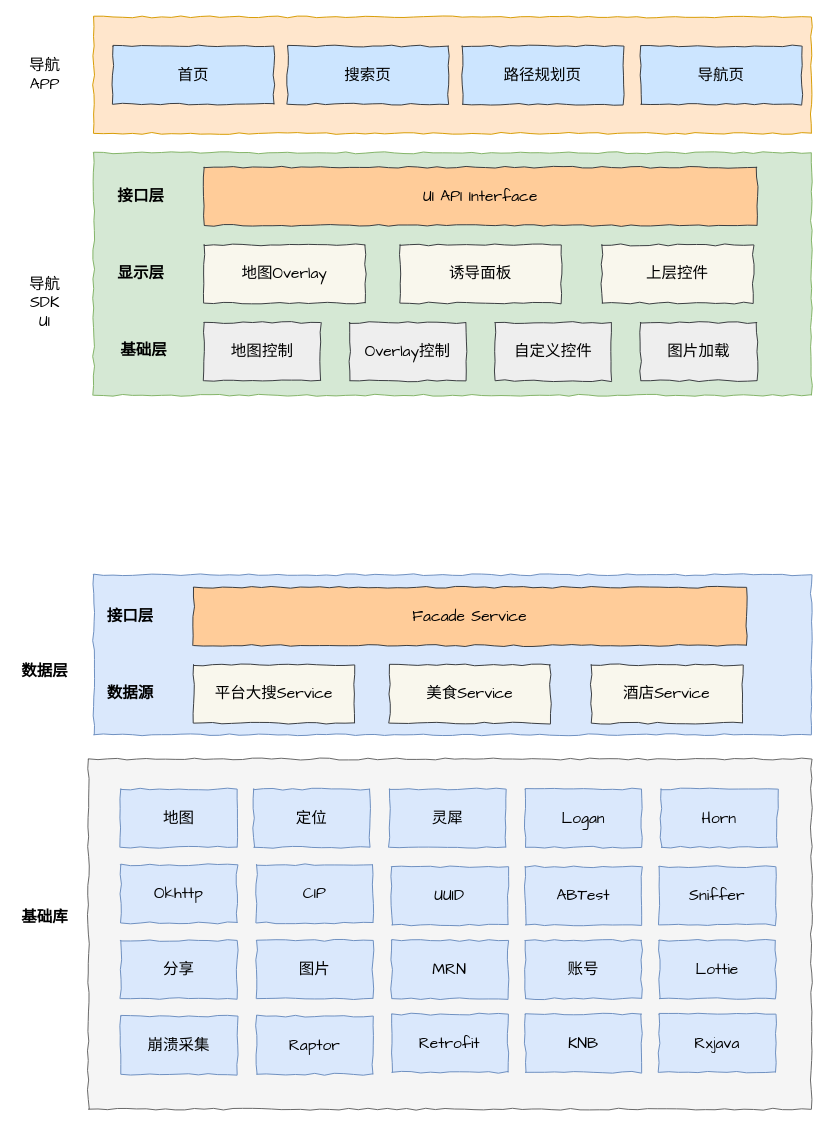
The draw.io diagram 地图appC端.drawio in TryLoveCatch/charts, before the edit. Source tidied: cells renumbered, new cells numbered last; positions are measured from the earlier drawing's top-left corner, leaving out a move shared by most shapes. Both pictures are drawn from the tidied source at 97%, with x=0, y=0 at pixel (16, 16).
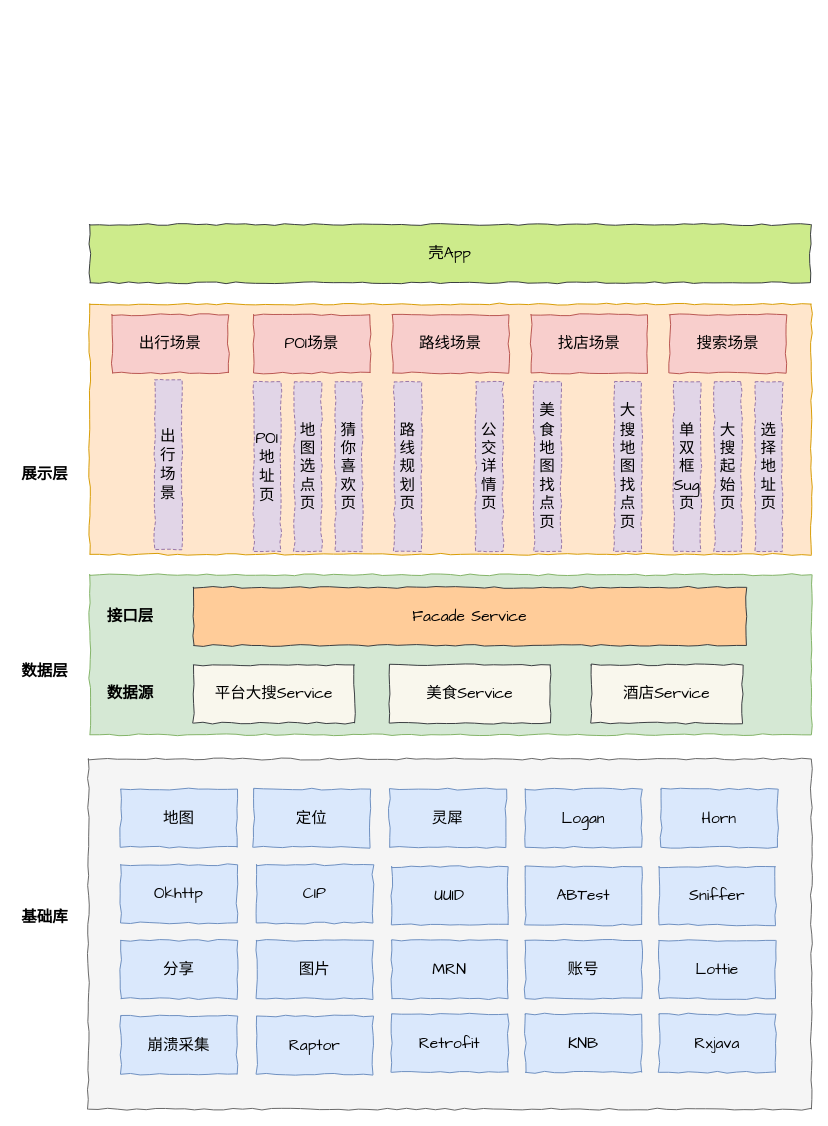
Above is the later version.

Commit message:
更新地图appC端.drawio

What changed in the source:
```diff
@@
-    <mxCell id="2" style="rounded=0;whiteSpace=wrap;html=1;comic=1;fontFamily=Comic Sans MS;fontSize=16;fillColor=#f5f5f5;strokeColor=#666666;fontColor=#333333;" parent="1" vertex="1">
-      <mxGeometry x="73.6" y="765" width="745.4" height="361" as="geometry" />
-    </mxCell>
+    <mxCell id="51" style="rounded=0;whiteSpace=wrap;html=1;comic=1;fontFamily=Comic Sans MS;fontSize=16;fillColor=#f5f5f5;strokeColor=#666666;fontColor=#333333;" parent="1" vertex="1">
+      <mxGeometry x="73.6" y="765" width="745.4" height="361" as="geometry" />
+    </mxCell>
@@
-    <mxCell id="6" style="rounded=0;whiteSpace=wrap;html=1;comic=1;fontFamily=Comic Sans MS;fontSize=16;fillColor=#dae8fc;strokeColor=#6c8ebf;" parent="1" vertex="1">
-      <mxGeometry x="79" y="575" width="740" height="165" as="geometry" />
-    </mxCell>
-    <mxCell id="7" value="导航&lt;br&gt;SDK&lt;br&gt;UI" style="text;html=1;strokeColor=none;fillColor=none;align=center;verticalAlign=middle;whiteSpace=wrap;rounded=0;comic=1;fontFamily=Comic Sans MS;fontSize=16;" parent="1" vertex="1">
-      <mxGeometry x="9" y="285" width="40" height="20" as="geometry" />
-    </mxCell>
-    <mxCell id="8" style="rounded=0;whiteSpace=wrap;html=1;comic=1;fontFamily=Comic Sans MS;fontSize=16;fillColor=#d5e8d4;strokeColor=#82b366;" parent="1" vertex="1">
-      <mxGeometry x="79" y="140" width="740" height="250" as="geometry" />
-    </mxCell>
-    <mxCell id="9" value="地图控制" style="rounded=0;whiteSpace=wrap;html=1;comic=1;fillColor=#eeeeee;strokeColor=#36393d;fontSize=16;fontFamily=Comic Sans MS;" parent="1" vertex="1">
-      <mxGeometry x="193" y="315" width="120" height="60" as="geometry" />
-    </mxCell>
-    <mxCell id="10" value="Overlay控制" style="rounded=0;whiteSpace=wrap;html=1;comic=1;fillColor=#eeeeee;strokeColor=#36393d;fontSize=16;fontFamily=Comic Sans MS;" parent="1" vertex="1">
-      <mxGeometry x="343" y="315" width="120" height="60" as="geometry" />
-    </mxCell>
-    <mxCell id="11" value="自定义控件" style="rounded=0;whiteSpace=wrap;html=1;comic=1;fillColor=#eeeeee;strokeColor=#36393d;fontSize=16;fontFamily=Comic Sans MS;" parent="1" vertex="1">
-      <mxGeometry x="493" y="315" width="120" height="60" as="geometry" />
-    </mxCell>
-    <mxCell id="12" value="图片加载" style="rounded=0;whiteSpace=wrap;html=1;comic=1;fillColor=#eeeeee;strokeColor=#36393d;fontSize=16;fontFamily=Comic Sans MS;" parent="1" vertex="1">
-      <mxGeometry x="643" y="315" width="120" height="60" as="geometry" />
-    </mxCell>
-    <mxCell id="13" value="地图Overlay" style="rounded=0;whiteSpace=wrap;html=1;comic=1;fillColor=#f9f7ed;strokeColor=#36393d;fontSize=16;fontFamily=Comic Sans MS;" parent="1" vertex="1">
-      <mxGeometry x="193" y="235" width="166" height="60" as="geometry" />
-    </mxCell>
-    <mxCell id="14" value="基础层" style="text;html=1;strokeColor=none;fillColor=none;align=center;verticalAlign=middle;whiteSpace=wrap;rounded=0;comic=1;fontFamily=Comic Sans MS;fontSize=16;fontStyle=1;" parent="1" vertex="1">
-      <mxGeometry x="103" y="335" width="56" height="18" as="geometry" />
-    </mxCell>
-    <mxCell id="15" value="诱导面板" style="rounded=0;whiteSpace=wrap;html=1;comic=1;fillColor=#f9f7ed;strokeColor=#36393d;fontSize=16;fontFamily=Comic Sans MS;" parent="1" vertex="1">
-      <mxGeometry x="395" y="235" width="166" height="60" as="geometry" />
-    </mxCell>
-    <mxCell id="16" value="显示层" style="text;html=1;strokeColor=none;fillColor=none;align=center;verticalAlign=middle;whiteSpace=wrap;rounded=0;comic=1;fontFamily=Comic Sans MS;fontSize=16;fontStyle=1;" parent="1" vertex="1">
-      <mxGeometry x="103" y="255" width="50" height="20" as="geometry" />
-    </mxCell>
-    <mxCell id="17" value="接口层" style="text;html=1;strokeColor=none;fillColor=none;align=center;verticalAlign=middle;whiteSpace=wrap;rounded=0;comic=1;fontFamily=Comic Sans MS;fontSize=16;fontStyle=1;" parent="1" vertex="1">
-      <mxGeometry x="103" y="175" width="50" height="20" as="geometry" />
-    </mxCell>
-    <mxCell id="18" value="UI API Interface" style="rounded=0;whiteSpace=wrap;html=1;comic=1;fillColor=#ffcc99;strokeColor=#36393d;fontSize=16;fontFamily=Comic Sans MS;" parent="1" vertex="1">
-      <mxGeometry x="193" y="155" width="570" height="60" as="geometry" />
-    </mxCell>
-    <mxCell id="19" value="上层控件" style="rounded=0;whiteSpace=wrap;html=1;comic=1;fillColor=#f9f7ed;strokeColor=#36393d;fontSize=16;fontFamily=Comic Sans MS;" parent="1" vertex="1">
-      <mxGeometry x="603" y="235" width="156" height="60" as="geometry" />
-    </mxCell>
-    <mxCell id="20" value="导航&lt;br&gt;APP" style="text;html=1;strokeColor=none;fillColor=none;align=center;verticalAlign=middle;whiteSpace=wrap;rounded=0;comic=1;fontFamily=Comic Sans MS;fontSize=16;" parent="1" vertex="1">
-      <mxGeometry x="9" y="50" width="40" height="20" as="geometry" />
-    </mxCell>
-    <mxCell id="21" style="rounded=0;whiteSpace=wrap;html=1;comic=1;fontFamily=Comic Sans MS;fontSize=16;fillColor=#ffe6cc;strokeColor=#d79b00;" parent="1" vertex="1">
-      <mxGeometry x="79" width="740" height="120" as="geometry" />
-    </mxCell>
-    <mxCell id="22" value="首页" style="rounded=0;whiteSpace=wrap;html=1;comic=1;fillColor=#cce5ff;strokeColor=#36393d;fontSize=16;fontFamily=Comic Sans MS;" parent="1" vertex="1">
-      <mxGeometry x="99" y="30" width="166" height="60" as="geometry" />
-    </mxCell>
-    <mxCell id="23" value="搜索页" style="rounded=0;whiteSpace=wrap;html=1;comic=1;fillColor=#cce5ff;strokeColor=#36393d;fontSize=16;fontFamily=Comic Sans MS;" parent="1" vertex="1">
-      <mxGeometry x="279" y="30" width="166" height="60" as="geometry" />
-    </mxCell>
-    <mxCell id="24" value="路径规划页" style="rounded=0;whiteSpace=wrap;html=1;comic=1;fillColor=#cce5ff;strokeColor=#36393d;fontSize=16;fontFamily=Comic Sans MS;" parent="1" vertex="1">
-      <mxGeometry x="459" y="30" width="166" height="60" as="geometry" />
-    </mxCell>
-    <mxCell id="25" value="导航页" style="rounded=0;whiteSpace=wrap;html=1;comic=1;fillColor=#cce5ff;strokeColor=#36393d;fontSize=16;fontFamily=Comic Sans MS;" parent="1" vertex="1">
-      <mxGeometry x="643" y="30" width="166" height="60" as="geometry" />
-    </mxCell>
+    <mxCell id="52" style="rounded=0;whiteSpace=wrap;html=1;comic=1;fontFamily=Comic Sans MS;fontSize=16;fillColor=#d5e8d4;strokeColor=#82b366;" parent="1" vertex="1">
+      <mxGeometry x="75" y="575" width="744" height="165" as="geometry" />
+    </mxCell>
@@
-    <mxCell id="48" value="接口层" style="text;html=1;strokeColor=none;fillColor=none;align=center;verticalAlign=middle;whiteSpace=wrap;rounded=0;comic=1;fontFamily=Comic Sans MS;fontSize=16;fontStyle=1;" parent="1" vertex="1">
-      <mxGeometry x="92" y="608" width="50" height="20" as="geometry" />
-    </mxCell>
+    <mxCell id="53" value="接口层" style="text;html=1;strokeColor=none;fillColor=none;align=center;verticalAlign=middle;whiteSpace=wrap;rounded=0;comic=1;fontFamily=Comic Sans MS;fontSize=16;fontStyle=1;" parent="1" vertex="1">
+      <mxGeometry x="92" y="608" width="50" height="20" as="geometry" />
+    </mxCell>
@@
+    <mxCell id="54" style="rounded=0;whiteSpace=wrap;html=1;comic=1;fontFamily=Comic Sans MS;fontSize=16;fillColor=#ffe6cc;strokeColor=#d79b00;" parent="1" vertex="1">
+      <mxGeometry x="75" y="296" width="744" height="258" as="geometry" />
+    </mxCell>
+    <mxCell id="55" value="展示层" style="text;html=1;strokeColor=none;fillColor=none;align=center;verticalAlign=middle;whiteSpace=wrap;rounded=0;comic=1;fontFamily=Comic Sans MS;fontSize=16;fontStyle=1;" parent="1" vertex="1">
+      <mxGeometry x="3" y="461.5" width="52" height="20" as="geometry" />
+    </mxCell>
+    <mxCell id="56" value="出行场景" style="rounded=0;whiteSpace=wrap;html=1;comic=1;fillColor=#f8cecc;strokeColor=#b85450;fontSize=16;fontFamily=Comic Sans MS;" parent="1" vertex="1">
+      <mxGeometry x="98" y="307" width="120" height="60" as="geometry" />
+    </mxCell>
+    <mxCell id="57" value="出行场景" style="rounded=0;whiteSpace=wrap;html=1;comic=1;fillColor=#e1d5e7;strokeColor=#9673a6;fontSize=16;fontFamily=Comic Sans MS;dashed=1;" parent="1" vertex="1">
+      <mxGeometry x="142" y="374" width="28" height="175" as="geometry" />
+    </mxCell>
+    <mxCell id="58" value="POI场景" style="rounded=0;whiteSpace=wrap;html=1;comic=1;fillColor=#f8cecc;strokeColor=#b85450;fontSize=16;fontFamily=Comic Sans MS;" parent="1" vertex="1">
+      <mxGeometry x="244" y="307" width="120" height="60" as="geometry" />
+    </mxCell>
+    <mxCell id="59" value="路线场景" style="rounded=0;whiteSpace=wrap;html=1;comic=1;fillColor=#f8cecc;strokeColor=#b85450;fontSize=16;fontFamily=Comic Sans MS;" parent="1" vertex="1">
+      <mxGeometry x="387" y="307" width="120" height="60" as="geometry" />
+    </mxCell>
+    <mxCell id="60" value="找店场景" style="rounded=0;whiteSpace=wrap;html=1;comic=1;fillColor=#f8cecc;strokeColor=#b85450;fontSize=16;fontFamily=Comic Sans MS;" parent="1" vertex="1">
+      <mxGeometry x="530" y="307" width="120" height="60" as="geometry" />
+    </mxCell>
+    <mxCell id="61" value="搜索场景" style="rounded=0;whiteSpace=wrap;html=1;comic=1;fillColor=#f8cecc;strokeColor=#b85450;fontSize=16;fontFamily=Comic Sans MS;" parent="1" vertex="1">
+      <mxGeometry x="673" y="307" width="120" height="60" as="geometry" />
+    </mxCell>
+    <mxCell id="62" value="POI地址页" style="rounded=0;whiteSpace=wrap;html=1;comic=1;fillColor=#e1d5e7;strokeColor=#9673a6;fontSize=16;fontFamily=Comic Sans MS;dashed=1;" parent="1" vertex="1">
+      <mxGeometry x="244" y="376" width="28" height="175" as="geometry" />
+    </mxCell>
+    <mxCell id="63" value="地图选点页" style="rounded=0;whiteSpace=wrap;html=1;comic=1;fillColor=#e1d5e7;strokeColor=#9673a6;fontSize=16;fontFamily=Comic Sans MS;dashed=1;" parent="1" vertex="1">
+      <mxGeometry x="286" y="376" width="28" height="175" as="geometry" />
+    </mxCell>
+    <mxCell id="64" value="猜你喜欢页" style="rounded=0;whiteSpace=wrap;html=1;comic=1;fillColor=#e1d5e7;strokeColor=#9673a6;fontSize=16;fontFamily=Comic Sans MS;dashed=1;" parent="1" vertex="1">
+      <mxGeometry x="328" y="376" width="28" height="175" as="geometry" />
+    </mxCell>
+    <mxCell id="65" value="路线规划页" style="rounded=0;whiteSpace=wrap;html=1;comic=1;fillColor=#e1d5e7;strokeColor=#9673a6;fontSize=16;fontFamily=Comic Sans MS;dashed=1;" parent="1" vertex="1">
+      <mxGeometry x="389" y="376" width="28" height="175" as="geometry" />
+    </mxCell>
+    <mxCell id="66" value="公交详情页" style="rounded=0;whiteSpace=wrap;html=1;comic=1;fillColor=#e1d5e7;strokeColor=#9673a6;fontSize=16;fontFamily=Comic Sans MS;dashed=1;" parent="1" vertex="1">
+      <mxGeometry x="473" y="376" width="28" height="175" as="geometry" />
+    </mxCell>
+    <mxCell id="67" value="美食地图找点页" style="rounded=0;whiteSpace=wrap;html=1;comic=1;fillColor=#e1d5e7;strokeColor=#9673a6;fontSize=16;fontFamily=Comic Sans MS;dashed=1;" parent="1" vertex="1">
+      <mxGeometry x="533" y="376" width="28" height="175" as="geometry" />
+    </mxCell>
+    <mxCell id="68" value="大搜地图找点页" style="rounded=0;whiteSpace=wrap;html=1;comic=1;fillColor=#e1d5e7;strokeColor=#9673a6;fontSize=16;fontFamily=Comic Sans MS;dashed=1;" parent="1" vertex="1">
+      <mxGeometry x="616" y="376" width="28" height="175" as="geometry" />
+    </mxCell>
+    <mxCell id="69" value="单双框Sug页" style="rounded=0;whiteSpace=wrap;html=1;comic=1;fillColor=#e1d5e7;strokeColor=#9673a6;fontSize=16;fontFamily=Comic Sans MS;dashed=1;" parent="1" vertex="1">
+      <mxGeometry x="677" y="376" width="28" height="175" as="geometry" />
+    </mxCell>
+    <mxCell id="70" value="大搜起始页" style="rounded=0;whiteSpace=wrap;html=1;comic=1;fillColor=#e1d5e7;strokeColor=#9673a6;fontSize=16;fontFamily=Comic Sans MS;dashed=1;" parent="1" vertex="1">
+      <mxGeometry x="719" y="376" width="28" height="175" as="geometry" />
+    </mxCell>
+    <mxCell id="71" value="选择地址页" style="rounded=0;whiteSpace=wrap;html=1;comic=1;fillColor=#e1d5e7;strokeColor=#9673a6;fontSize=16;fontFamily=Comic Sans MS;dashed=1;" parent="1" vertex="1">
+      <mxGeometry x="761" y="376" width="28" height="175" as="geometry" />
+    </mxCell>
+    <mxCell id="72" value="壳App" style="rounded=0;whiteSpace=wrap;html=1;comic=1;fillColor=#cdeb8b;strokeColor=#36393d;fontSize=16;fontFamily=Comic Sans MS;" parent="1" vertex="1">
+      <mxGeometry x="75" y="214" width="743" height="60" as="geometry" />
+    </mxCell>
```
